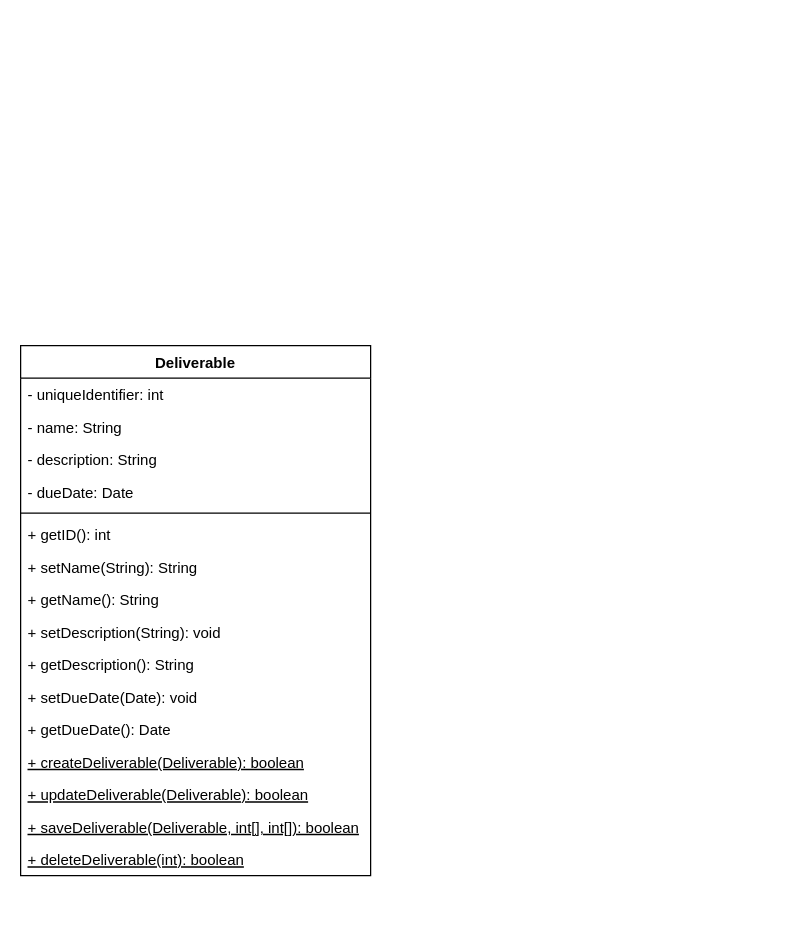
Above: diagrams/Untitled Diagram.drawio in alicebalayan/comp380---project3 (draw.io), before the change. Source tidied: cells renumbered, new cells numbered last; positions are measured from the earlier drawing's top-left corner, leaving out a move shared by most shapes. Both pictures are drawn from the tidied source at 125%, with x=0, y=0 at pixel (20, 345).
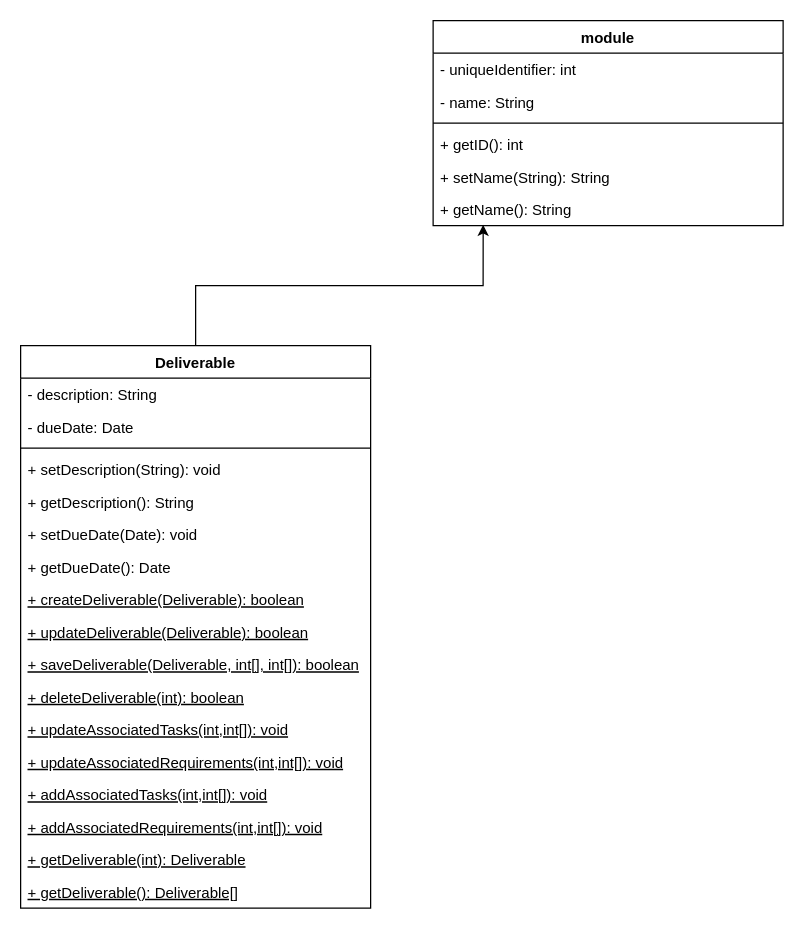
The same page after the edit.

What changed in the source:
```diff
@@
-    <mxCell id="2" value="Deliverable" style="swimlane;fontStyle=1;align=center;verticalAlign=top;horizontal=1;startSize=26;" parent="1" vertex="1">
-      <mxGeometry width="280" height="424" as="geometry" />
-    </mxCell>
+    <mxCell id="19" value="module" style="swimlane;fontStyle=1;align=center;verticalAlign=top;horizontal=1;startSize=26;" parent="1" vertex="1">
+      <mxGeometry x="330" y="-260" width="280" height="164" as="geometry" />
+    </mxCell>
-    <mxCell id="3" value="- uniqueIdentifier: int" style="text;strokeColor=none;fillColor=none;align=left;verticalAlign=top;spacingLeft=4;spacingRight=4;overflow=hidden;" parent="2" vertex="1">
+    <mxCell id="3" value="- uniqueIdentifier: int" style="text;strokeColor=none;fillColor=none;align=left;verticalAlign=top;spacingLeft=4;spacingRight=4;overflow=hidden;" parent="19" vertex="1">
       <mxGeometry y="26" width="280" height="26" as="geometry" />
     </mxCell>
-    <mxCell id="4" value="- name: String" style="text;strokeColor=none;fillColor=none;align=left;verticalAlign=top;spacingLeft=4;spacingRight=4;overflow=hidden;" parent="2" vertex="1">
+    <mxCell id="4" value="- name: String" style="text;strokeColor=none;fillColor=none;align=left;verticalAlign=top;spacingLeft=4;spacingRight=4;overflow=hidden;" parent="19" vertex="1">
       <mxGeometry y="52" width="280" height="26" as="geometry" />
     </mxCell>
+    <mxCell id="20" style="line;strokeWidth=1;fillColor=none;align=left;verticalAlign=middle;spacingTop=-1;spacingLeft=3;spacingRight=3;labelPosition=right;" parent="19" vertex="1">
+      <mxGeometry y="78" width="280" height="8" as="geometry" />
+    </mxCell>
+    <mxCell id="8" value="+ getID(): int" style="text;strokeColor=none;fillColor=none;align=left;verticalAlign=top;spacingLeft=4;spacingRight=4;overflow=hidden;" parent="19" vertex="1">
+      <mxGeometry y="86" width="280" height="26" as="geometry" />
+    </mxCell>
+    <mxCell id="9" value="+ setName(String): String" style="text;strokeColor=none;fillColor=none;align=left;verticalAlign=top;spacingLeft=4;spacingRight=4;overflow=hidden;" parent="19" vertex="1">
+      <mxGeometry y="112" width="280" height="26" as="geometry" />
+    </mxCell>
+    <mxCell id="10" value="+ getName(): String" style="text;strokeColor=none;fillColor=none;align=left;verticalAlign=top;spacingLeft=4;spacingRight=4;overflow=hidden;points=[[0,0.5],[1,0.5]];portConstraint=eastwest;" parent="19" vertex="1">
+      <mxGeometry y="138" width="280" height="26" as="geometry" />
+    </mxCell>
+    <mxCell id="21" style="edgeStyle=orthogonalEdgeStyle;rounded=0;jettySize=auto;html=1;entryX=0.143;entryY=0.974;entryDx=0;entryDy=0;entryPerimeter=0;" parent="1" edge="1" source="2" target="10">
+      <mxGeometry relative="1" as="geometry" />
+    </mxCell>
+    <mxCell id="2" value="Deliverable" style="swimlane;fontStyle=1;align=center;verticalAlign=top;horizontal=1;startSize=26;" parent="1" vertex="1">
+      <mxGeometry width="280" height="450" as="geometry" />
+    </mxCell>
     <mxCell id="5" value="- description: String" style="text;strokeColor=none;fillColor=none;align=left;verticalAlign=top;spacingLeft=4;spacingRight=4;overflow=hidden;" parent="2" vertex="1">
-      <mxGeometry y="78" width="280" height="26" as="geometry" />
+      <mxGeometry y="26" width="280" height="26" as="geometry" />
     </mxCell>
     <mxCell id="6" value="- dueDate: Date" style="text;strokeColor=none;fillColor=none;align=left;verticalAlign=top;spacingLeft=4;spacingRight=4;overflow=hidden;" parent="2" vertex="1">
-      <mxGeometry y="104" width="280" height="26" as="geometry" />
+      <mxGeometry y="52" width="280" height="26" as="geometry" />
     </mxCell>
     <mxCell id="7" style="line;strokeWidth=1;fillColor=none;align=left;verticalAlign=middle;spacingTop=-1;spacingLeft=3;spacingRight=3;labelPosition=right;" parent="2" vertex="1">
-      <mxGeometry y="130" width="280" height="8" as="geometry" />
+      <mxGeometry y="78" width="280" height="8" as="geometry" />
     </mxCell>
-    <mxCell id="8" value="+ getID(): int" style="text;strokeColor=none;fillColor=none;align=left;verticalAlign=top;spacingLeft=4;spacingRight=4;overflow=hidden;" parent="2" vertex="1">
-      <mxGeometry y="138" width="280" height="26" as="geometry" />
-    </mxCell>
-    <mxCell id="9" value="+ setName(String): String" style="text;strokeColor=none;fillColor=none;align=left;verticalAlign=top;spacingLeft=4;spacingRight=4;overflow=hidden;" parent="2" vertex="1">
-      <mxGeometry y="164" width="280" height="26" as="geometry" />
-    </mxCell>
-    <mxCell id="10" value="+ getName(): String" style="text;strokeColor=none;fillColor=none;align=left;verticalAlign=top;spacingLeft=4;spacingRight=4;overflow=hidden;points=[[0,0.5],[1,0.5]];portConstraint=eastwest;" parent="2" vertex="1">
-      <mxGeometry y="190" width="280" height="26" as="geometry" />
-    </mxCell>
     <mxCell id="11" value="+ setDescription(String): void" style="text;strokeColor=none;fillColor=none;align=left;verticalAlign=top;spacingLeft=4;spacingRight=4;overflow=hidden;" parent="2" vertex="1">
-      <mxGeometry y="216" width="280" height="26" as="geometry" />
+      <mxGeometry y="86" width="280" height="26" as="geometry" />
     </mxCell>
     <mxCell id="12" value="+ getDescription(): String" style="text;strokeColor=none;fillColor=none;align=left;verticalAlign=top;spacingLeft=4;spacingRight=4;overflow=hidden;" parent="2" vertex="1">
-      <mxGeometry y="242" width="280" height="26" as="geometry" />
+      <mxGeometry y="112" width="280" height="26" as="geometry" />
     </mxCell>
     <mxCell id="13" value="+ setDueDate(Date): void" style="text;strokeColor=none;fillColor=none;align=left;verticalAlign=top;spacingLeft=4;spacingRight=4;overflow=hidden;" parent="2" vertex="1">
-      <mxGeometry y="268" width="280" height="26" as="geometry" />
+      <mxGeometry y="138" width="280" height="26" as="geometry" />
     </mxCell>
     <mxCell id="14" value="+ getDueDate(): Date" style="text;strokeColor=none;fillColor=none;align=left;verticalAlign=top;spacingLeft=4;spacingRight=4;overflow=hidden;" parent="2" vertex="1">
-      <mxGeometry y="294" width="280" height="26" as="geometry" />
+      <mxGeometry y="164" width="280" height="26" as="geometry" />
     </mxCell>
     <mxCell id="15" value="+ createDeliverable(Deliverable): boolean" style="text;strokeColor=none;fillColor=none;align=left;verticalAlign=top;spacingLeft=4;spacingRight=4;overflow=hidden;fontStyle=4;" parent="2" vertex="1">
-      <mxGeometry y="320" width="280" height="26" as="geometry" />
+      <mxGeometry y="190" width="280" height="26" as="geometry" />
     </mxCell>
     <mxCell id="16" value="+ updateDeliverable(Deliverable): boolean" style="text;strokeColor=none;fillColor=none;align=left;verticalAlign=top;spacingLeft=4;spacingRight=4;overflow=hidden;fontStyle=4;" parent="2" vertex="1">
-      <mxGeometry y="346" width="280" height="26" as="geometry" />
+      <mxGeometry y="216" width="280" height="26" as="geometry" />
     </mxCell>
     <mxCell id="17" value="+ saveDeliverable(Deliverable, int[], int[]): boolean" style="text;strokeColor=none;fillColor=none;align=left;verticalAlign=top;spacingLeft=4;spacingRight=4;overflow=hidden;fontStyle=4;" parent="2" vertex="1">
-      <mxGeometry y="372" width="280" height="26" as="geometry" />
+      <mxGeometry y="242" width="280" height="26" as="geometry" />
     </mxCell>
     <mxCell id="18" value="+ deleteDeliverable(int): boolean" style="text;strokeColor=none;fillColor=none;align=left;verticalAlign=top;spacingLeft=4;spacingRight=4;overflow=hidden;fontStyle=4;" parent="2" vertex="1">
-      <mxGeometry y="398" width="280" height="26" as="geometry" />
+      <mxGeometry y="268" width="280" height="26" as="geometry" />
     </mxCell>
+    <mxCell id="22" value="+ updateAssociatedTasks(int,int[]): void" style="text;strokeColor=none;fillColor=none;align=left;verticalAlign=top;spacingLeft=4;spacingRight=4;overflow=hidden;fontStyle=4;" parent="2" vertex="1">
+      <mxGeometry y="294" width="280" height="26" as="geometry" />
+    </mxCell>
+    <mxCell id="23" value="+ updateAssociatedRequirements(int,int[]): void" style="text;strokeColor=none;fillColor=none;align=left;verticalAlign=top;spacingLeft=4;spacingRight=4;overflow=hidden;fontStyle=4;" parent="2" vertex="1">
+      <mxGeometry y="320" width="280" height="26" as="geometry" />
+    </mxCell>
+    <mxCell id="24" value="+ addAssociatedTasks(int,int[]): void" style="text;strokeColor=none;fillColor=none;align=left;verticalAlign=top;spacingLeft=4;spacingRight=4;overflow=hidden;fontStyle=4;" parent="2" vertex="1">
+      <mxGeometry y="346" width="280" height="26" as="geometry" />
+    </mxCell>
+    <mxCell id="25" value="+ addAssociatedRequirements(int,int[]): void" style="text;strokeColor=none;fillColor=none;align=left;verticalAlign=top;spacingLeft=4;spacingRight=4;overflow=hidden;fontStyle=4;" parent="2" vertex="1">
+      <mxGeometry y="372" width="280" height="26" as="geometry" />
+    </mxCell>
+    <mxCell id="26" value="+ getDeliverable(int): Deliverable" style="text;strokeColor=none;fillColor=none;align=left;verticalAlign=top;spacingLeft=4;spacingRight=4;overflow=hidden;fontStyle=4;" parent="2" vertex="1">
+      <mxGeometry y="398" width="280" height="26" as="geometry" />
+    </mxCell>
+    <mxCell id="27" value="+ getDeliverable(): Deliverable[]" style="text;strokeColor=none;fillColor=none;align=left;verticalAlign=top;spacingLeft=4;spacingRight=4;overflow=hidden;fontStyle=4;" parent="2" vertex="1">
+      <mxGeometry y="424" width="280" height="26" as="geometry" />
+    </mxCell>
```
